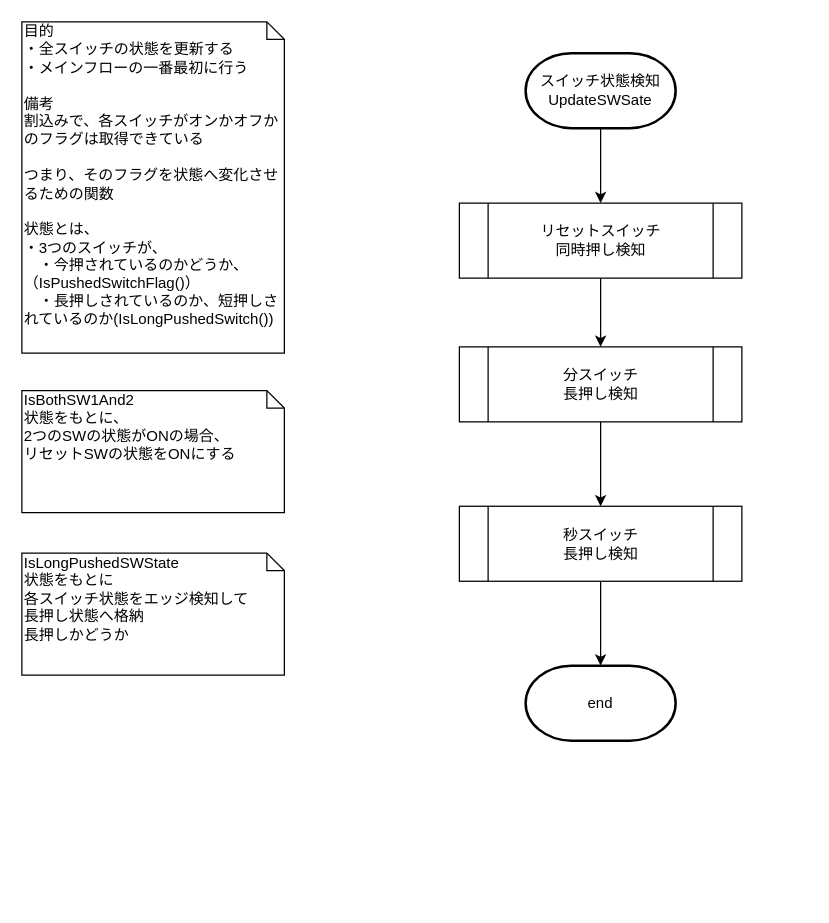
Above: page "スイッチ状態検知" (1 of 6) of 資料/設計/フローチャート/InputClass/flowchart_InputClassv0.61.drawio in hakohumi/comp.Kitchen_Timer (draw.io), before the change. Source tidied: cells renumbered, new cells numbered last; positions are measured from the earlier drawing's top-left corner, leaving out a move shared by most shapes. Both pictures are drawn from the tidied source at 125%, with x=0, y=0 at pixel (21, 21).
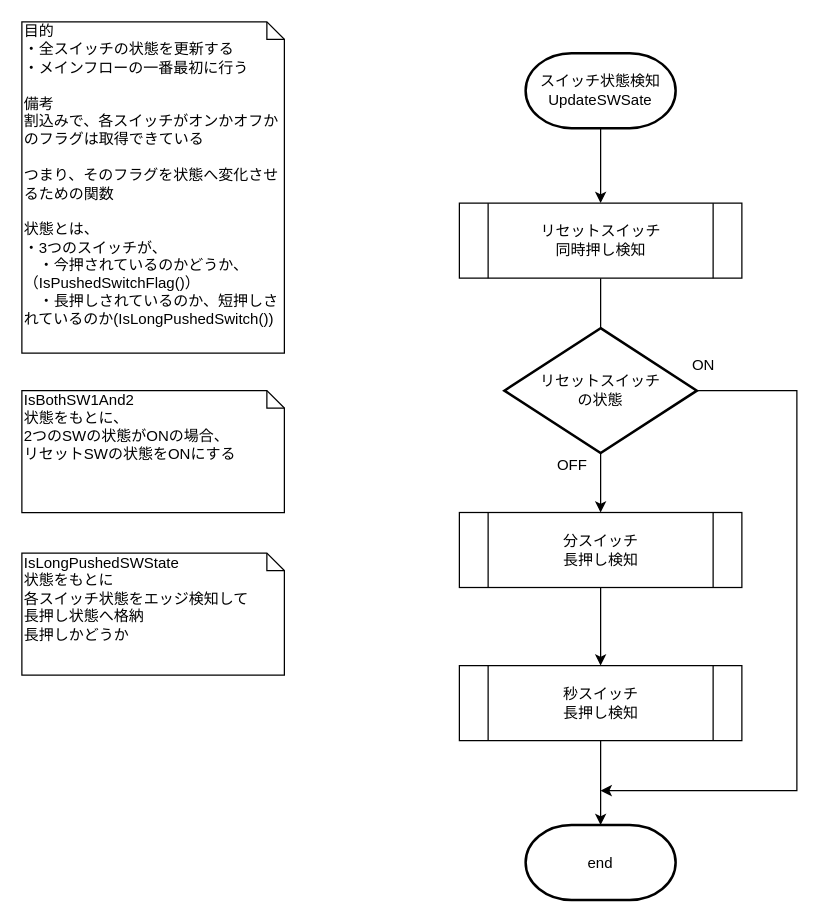
The same page after the edit.

Diff of the diagram source:
```diff
@@
     <mxCell id="7" value="end" style="strokeWidth=2;html=1;shape=mxgraph.flowchart.terminator;whiteSpace=wrap;" parent="1" vertex="1">
-      <mxGeometry x="403" y="515" width="120" height="60" as="geometry" />
+      <mxGeometry x="403" y="642.5" width="120" height="60" as="geometry" />
     </mxCell>
@@
     <mxCell id="11" value="分スイッチ&lt;br&gt;長押し検知" style="shape=process;whiteSpace=wrap;html=1;backgroundOutline=1;" parent="1" vertex="1">
-      <mxGeometry x="350" y="260" width="226" height="60" as="geometry" />
+      <mxGeometry x="350" y="392.5" width="226" height="60" as="geometry" />
     </mxCell>
     <mxCell id="12" style="edgeStyle=orthogonalEdgeStyle;rounded=0;jettySize=auto;html=1;" parent="1" edge="1" source="13">
       <mxGeometry relative="1" as="geometry">
-        <mxPoint x="463" y="515" as="targetPoint" />
+        <mxPoint x="463" y="642.5" as="targetPoint" />
       </mxGeometry>
     </mxCell>
     <mxCell id="13" value="秒スイッチ&lt;br&gt;長押し検知" style="shape=process;whiteSpace=wrap;html=1;backgroundOutline=1;" parent="1" vertex="1">
-      <mxGeometry x="350" y="387.5" width="226" height="60" as="geometry" />
+      <mxGeometry x="350" y="515" width="226" height="60" as="geometry" />
     </mxCell>
+    <mxCell id="14" style="edgeStyle=orthogonalEdgeStyle;rounded=0;jettySize=auto;html=1;" parent="1" edge="1" source="15">
+      <mxGeometry relative="1" as="geometry">
+        <mxPoint x="463" y="615" as="targetPoint" />
+        <Array as="points">
+          <mxPoint x="620" y="295" />
+          <mxPoint x="620" y="615" />
+        </Array>
+      </mxGeometry>
+    </mxCell>
+    <mxCell id="15" value="リセットスイッチ&lt;br&gt;の状態" style="strokeWidth=2;html=1;shape=mxgraph.flowchart.decision;whiteSpace=wrap;" parent="1" vertex="1">
+      <mxGeometry x="386" y="245" width="154" height="100" as="geometry" />
+    </mxCell>
+    <mxCell id="16" value="ON" style="text;html=1;align=center;verticalAlign=middle;" parent="1" vertex="1">
+      <mxGeometry x="530" y="265" width="30" height="20" as="geometry" />
+    </mxCell>
+    <mxCell id="17" value="OFF" style="text;html=1;align=center;verticalAlign=middle;" parent="1" vertex="1">
+      <mxGeometry x="420" y="345" width="40" height="20" as="geometry" />
+    </mxCell>
```
